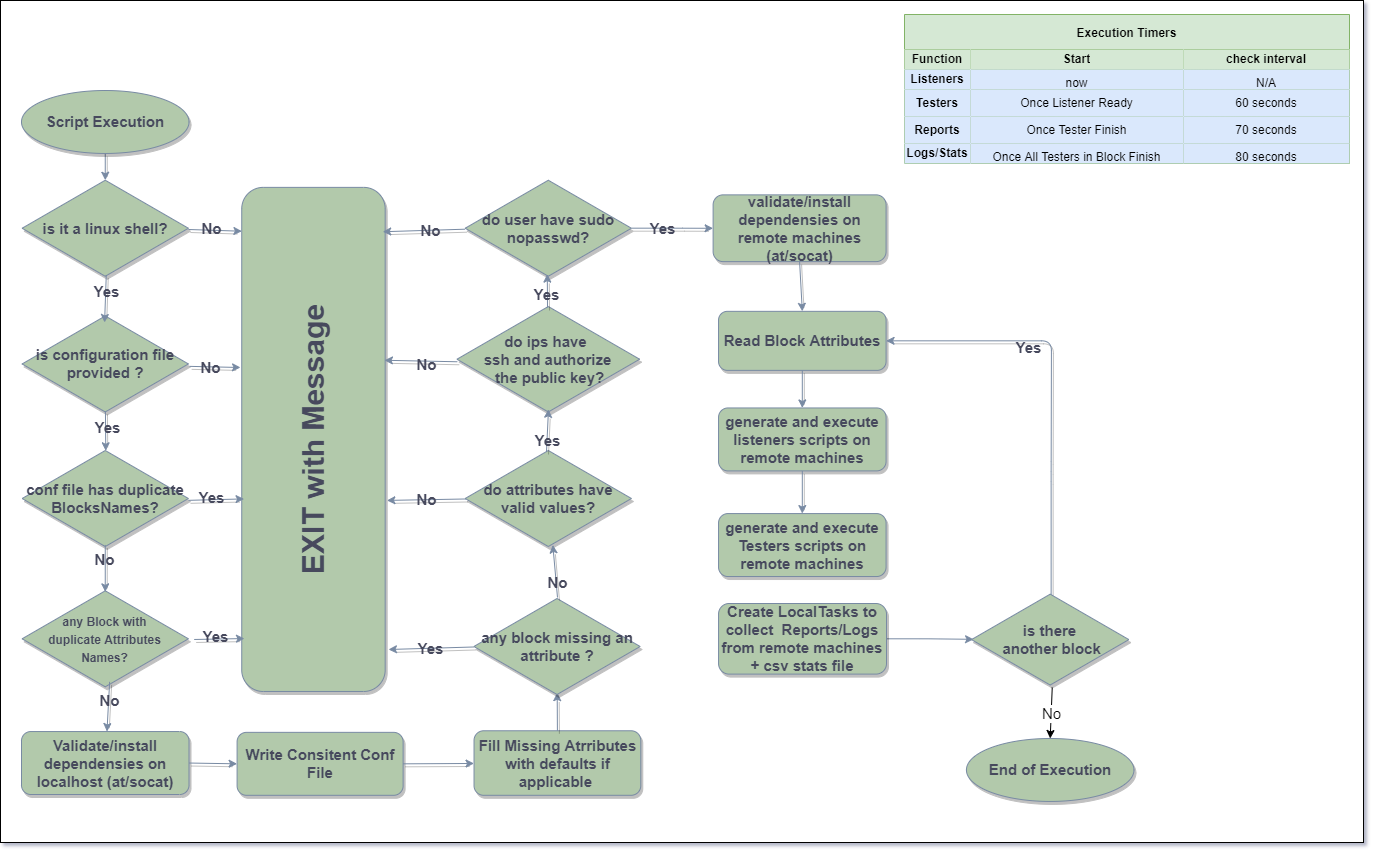
yasser-alhawary/CommsMatrix keeps this draw.io diagram as TestCommsMatrix.png. Above is the earlier version. Source tidied: cells renumbered, new cells last; positions are measured from the earlier drawing's top-left corner, leaving out a move shared by most shapes.
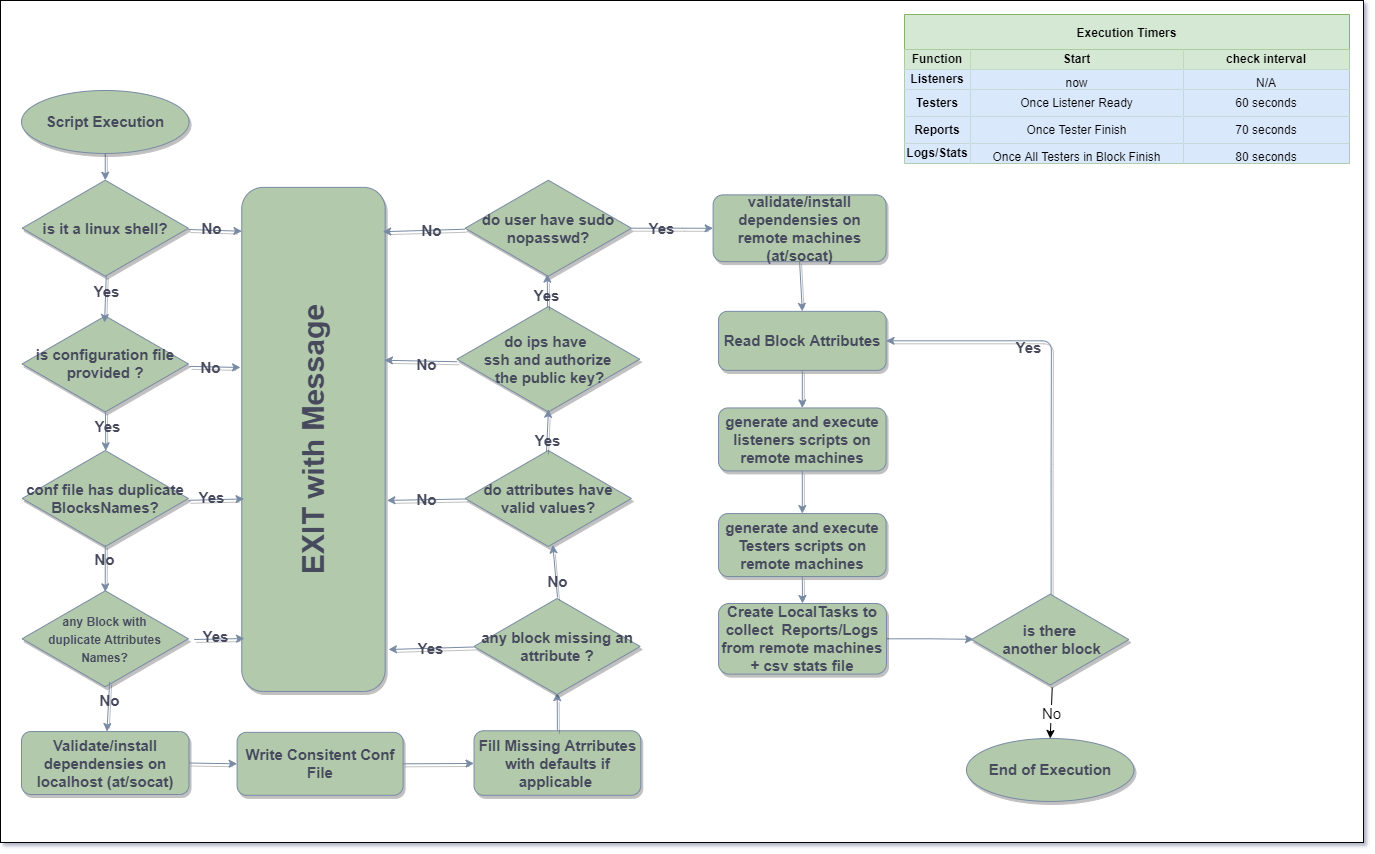
Above is the later version.

Diff of the diagram source:
```diff
@@ -271,5 +271,8 @@
     <mxCell id="85" value="No" style="edgeLabel;html=1;align=center;verticalAlign=middle;fontSize=15;" parent="84" vertex="1">
       <mxGeometry relative="1" as="geometry" />
     </mxCell>
+    <mxCell id="86" style="endArrow=classic;html=1;rounded=1;shadow=1;labelBackgroundColor=none;labelBorderColor=none;fontSize=15;strokeColor=#788AA3;fontColor=#46495D;snapToPoint=0;fixDash=0;comic=0;fontStyle=1;entryX=0.5;entryY=0;entryDx=0;entryDy=0;exitX=0.5;exitY=1;exitDx=0;exitDy=0;" parent="2" edge="1" source="49" target="61">
+      <mxGeometry relative="1" as="geometry" />
+    </mxCell>
   </root>
 </mxGraphModel>
```
